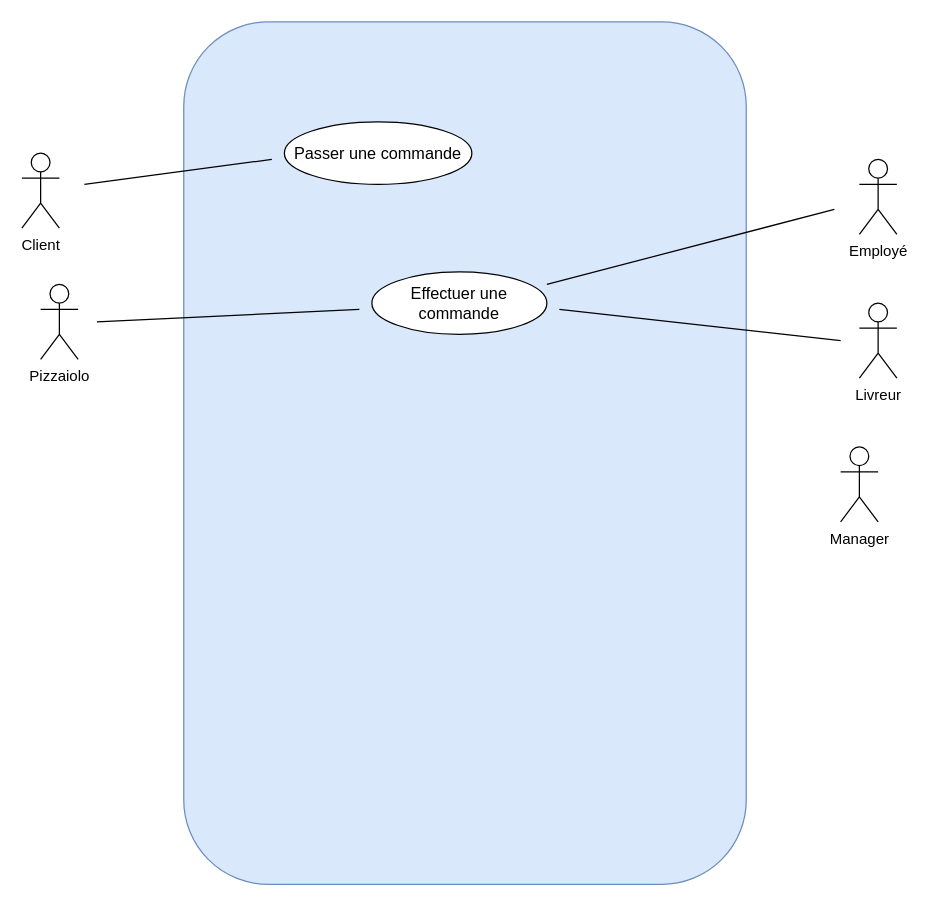
This is page "Page-4" (4 of 5) of P5-UseCase-definotion.drawio from Ketut38/OC-P5-Pizza, a draw.io file, before an edit. Source tidied: cells renumbered, new cells numbered last; positions are measured from the earlier drawing's top-left corner, leaving out a move shared by most shapes. Both pictures are drawn from the tidied source at 125%, with x=0, y=0 at pixel (21, 21).
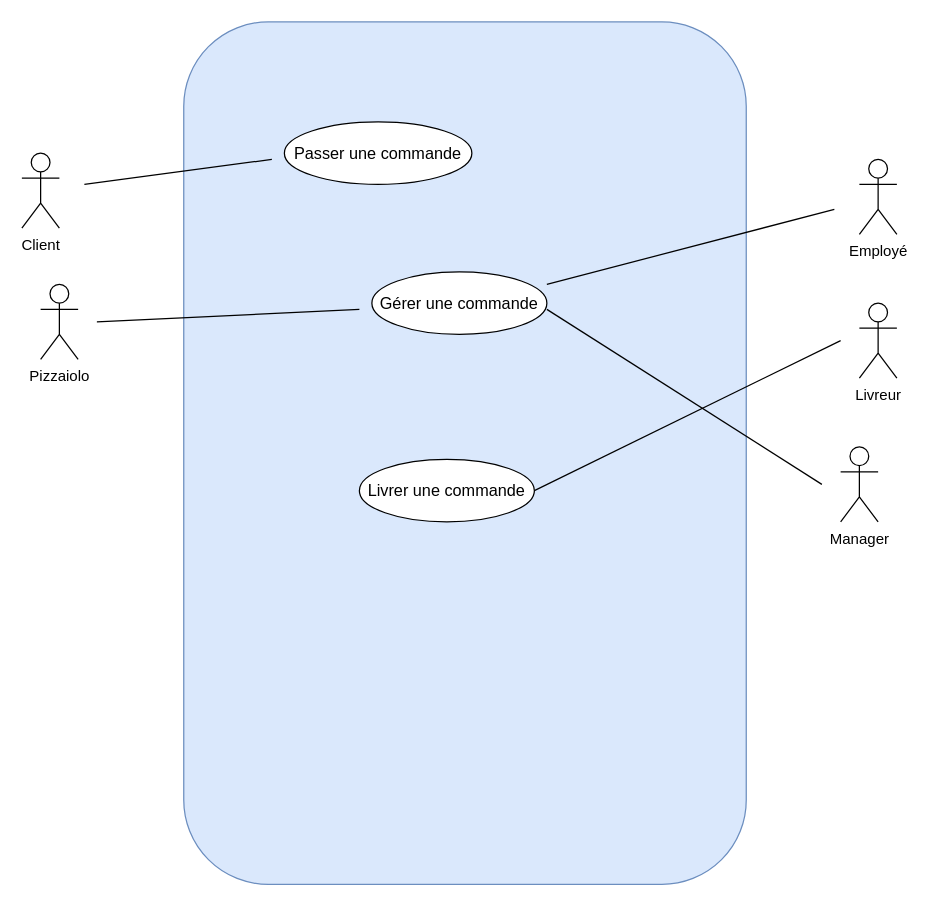
After the change.

The edit, as a diff of the source:
```diff
@@
-    <mxCell id="4" value="&lt;span style=&quot;font-size: 13px&quot;&gt;Effectuer une commande&lt;/span&gt;" style="ellipse;whiteSpace=wrap;html=1;" parent="1" vertex="1">
+    <mxCell id="4" value="&lt;span style=&quot;font-size: 13px&quot;&gt;Gérer une commande&lt;/span&gt;" style="ellipse;whiteSpace=wrap;html=1;" parent="1" vertex="1">
       <mxGeometry x="280" y="200" width="140" height="50" as="geometry" />
     </mxCell>
@@
-    <mxCell id="11" style="endArrow=none;html=1;" parent="1" edge="1">
+    <mxCell id="11" style="endArrow=none;html=1;exitX=1;exitY=0.5;exitDx=0;exitDy=0;" parent="1" edge="1" source="14">
       <mxGeometry relative="1" as="geometry">
-        <mxPoint x="430" y="230" as="sourcePoint" />
         <mxPoint x="655" y="255" as="targetPoint" />
       </mxGeometry>
     </mxCell>
@@
+    <mxCell id="14" value="&lt;span style=&quot;font-size: 13px&quot;&gt;Livrer une commande&lt;/span&gt;" style="ellipse;whiteSpace=wrap;html=1;" parent="1" vertex="1">
+      <mxGeometry x="270" y="350" width="140" height="50" as="geometry" />
+    </mxCell>
+    <mxCell id="15" style="endArrow=none;html=1;" parent="1" edge="1">
+      <mxGeometry relative="1" as="geometry">
+        <mxPoint x="420" y="230" as="sourcePoint" />
+        <mxPoint x="640" y="370" as="targetPoint" />
+      </mxGeometry>
+    </mxCell>
```
